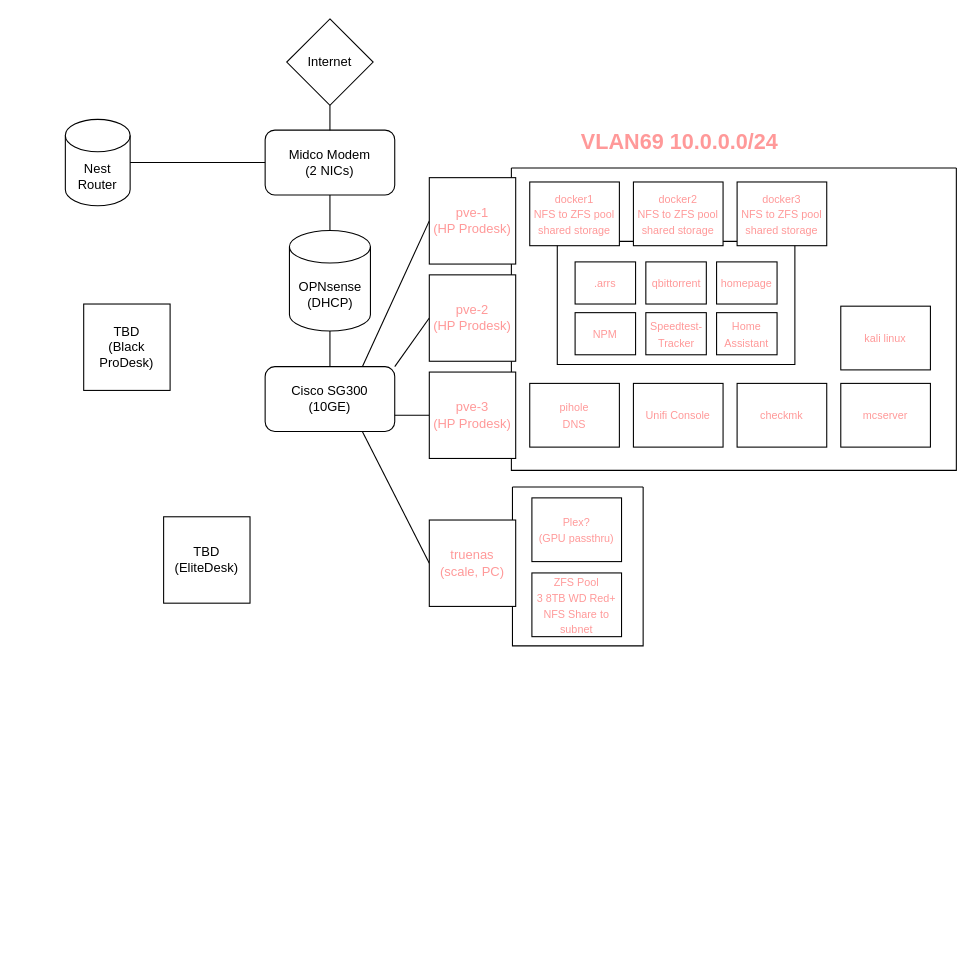
Earlier version of the draw.io diagram Misc/New Lab.drawio (JadenMay/Homelab). Source tidied: cells renumbered, new cells numbered last; positions are measured from the earlier drawing's top-left corner, leaving out a move shared by most shapes. Both pictures are drawn from the tidied source at 108%, with x=0, y=0 at pixel (65, 18).
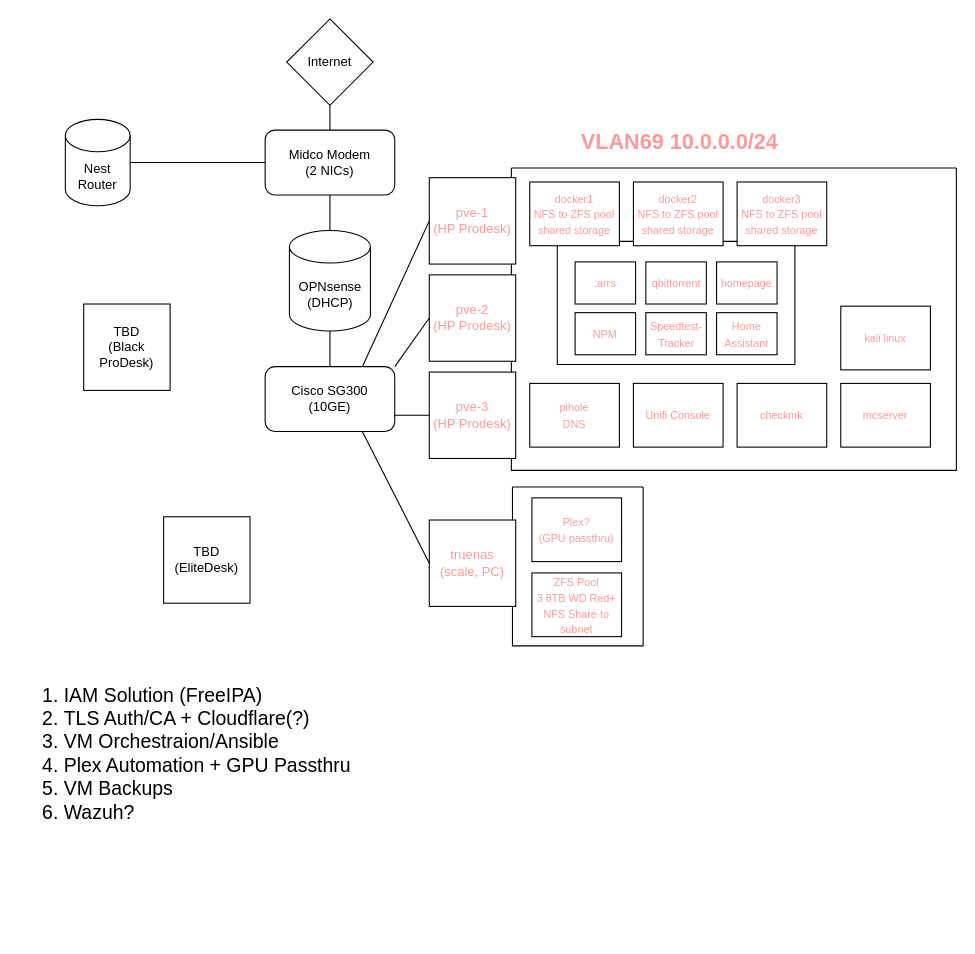
The same page after the edit.

What changed in the source:
```diff
@@
+    <mxCell id="42" value="&lt;ol style=&quot;font-size: 18px;&quot;&gt;&lt;li&gt;IAM Solution (FreeIPA)&lt;/li&gt;&lt;li&gt;TLS Auth/CA + Cloudflare(?)&lt;/li&gt;&lt;li&gt;VM Orchestraion/Ansible&lt;/li&gt;&lt;li&gt;Plex Automation + GPU Passthru&lt;/li&gt;&lt;li&gt;VM Backups&lt;/li&gt;&lt;li&gt;Wazuh?&lt;/li&gt;&lt;/ol&gt;" style="text;strokeColor=none;fillColor=none;html=1;whiteSpace=wrap;verticalAlign=middle;overflow=hidden;" parent="1" vertex="1">
+      <mxGeometry x="-43" y="513" width="310" height="335" as="geometry" />
+    </mxCell>
```
